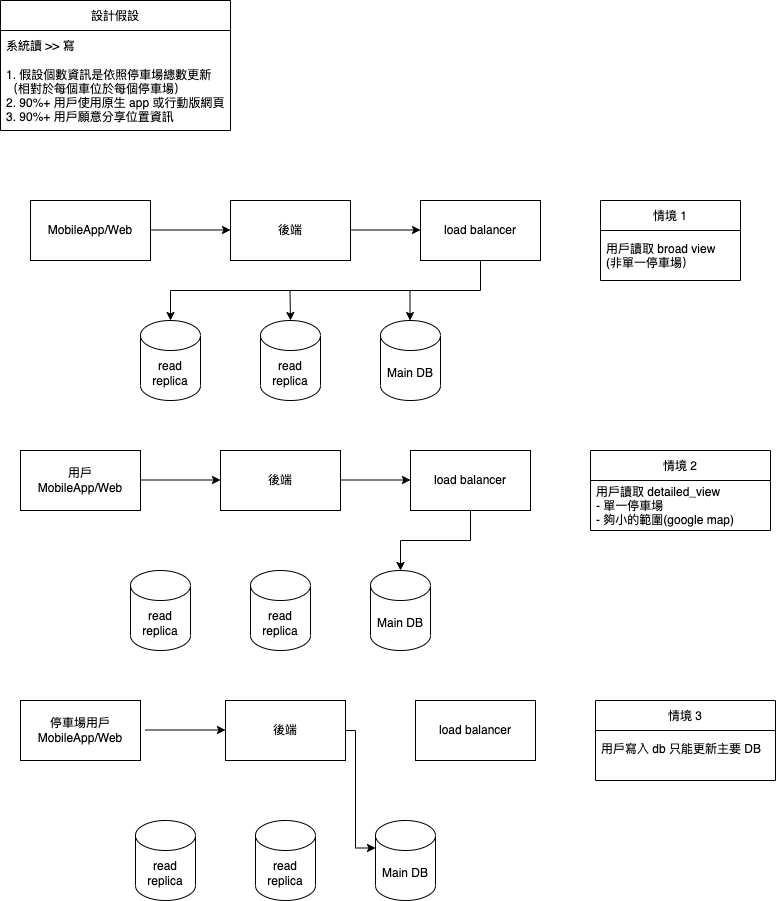
ycliu29/a_p keeps this draw.io diagram as Q3_parking_info/parking_info.png. Above is the earlier version. Source tidied: cells renumbered, new cells last; positions are measured from the earlier drawing's top-left corner, leaving out a move shared by most shapes.
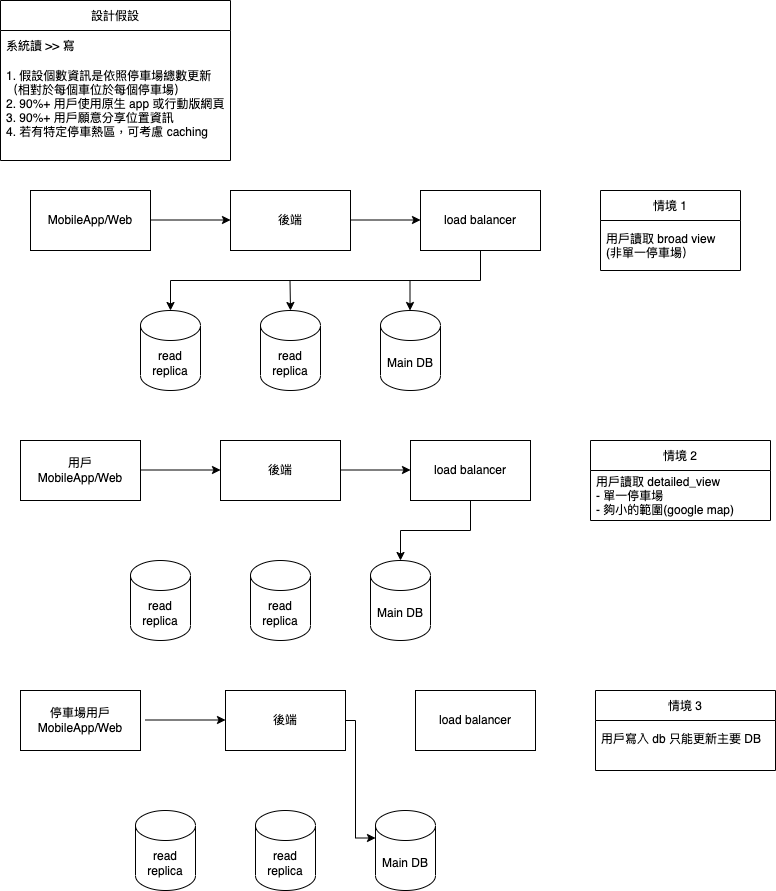
The same file after the commit.

What changed in the source:
```diff
@@ -3,13 +3,13 @@
     <mxCell id="0" />
     <mxCell id="1" parent="0" />
     <mxCell id="2" value="設計假設" style="swimlane;fontStyle=0;horizontal=1;startSize=30;" parent="1" vertex="1">
-      <mxGeometry width="230" height="130" as="geometry" />
+      <mxGeometry y="10" width="230" height="160" as="geometry" />
     </mxCell>
     <mxCell id="3" value="系統讀 &gt;&gt; 寫" style="text;strokeColor=none;fillColor=none;align=left;verticalAlign=middle;spacingLeft=4;spacingRight=4;overflow=hidden;" parent="2" vertex="1">
       <mxGeometry y="30" width="230" height="30" as="geometry" />
     </mxCell>
-    <mxCell id="4" value="1. 假設個數資訊是依照停車場總數更新&#10;（相對於每個車位於每個停車場）&#10;2. 90%+ 用戶使用原生 app 或行動版網頁&#10;3. 90%+ 用戶願意分享位置資訊" style="text;strokeColor=none;fillColor=none;align=left;verticalAlign=middle;spacingLeft=4;spacingRight=4;overflow=hidden;fontSize=12;" parent="2" vertex="1">
-      <mxGeometry y="60" width="230" height="70" as="geometry" />
+    <mxCell id="4" value="1. 假設個數資訊是依照停車場總數更新&#10;（相對於每個車位於每個停車場）&#10;2. 90%+ 用戶使用原生 app 或行動版網頁&#10;3. 90%+ 用戶願意分享位置資訊&#10;4. 若有特定停車熱區，可考慮 caching&#10;" style="text;strokeColor=none;fillColor=none;align=left;verticalAlign=middle;spacingLeft=4;spacingRight=4;overflow=hidden;fontSize=12;" parent="2" vertex="1">
+      <mxGeometry y="60" width="230" height="100" as="geometry" />
     </mxCell>
     <mxCell id="5" value="MobileApp/Web" style="rounded=0;whiteSpace=wrap;html=1;fontSize=12;" parent="1" vertex="1">
       <mxGeometry x="30" y="200" width="120" height="60" as="geometry" />
```
